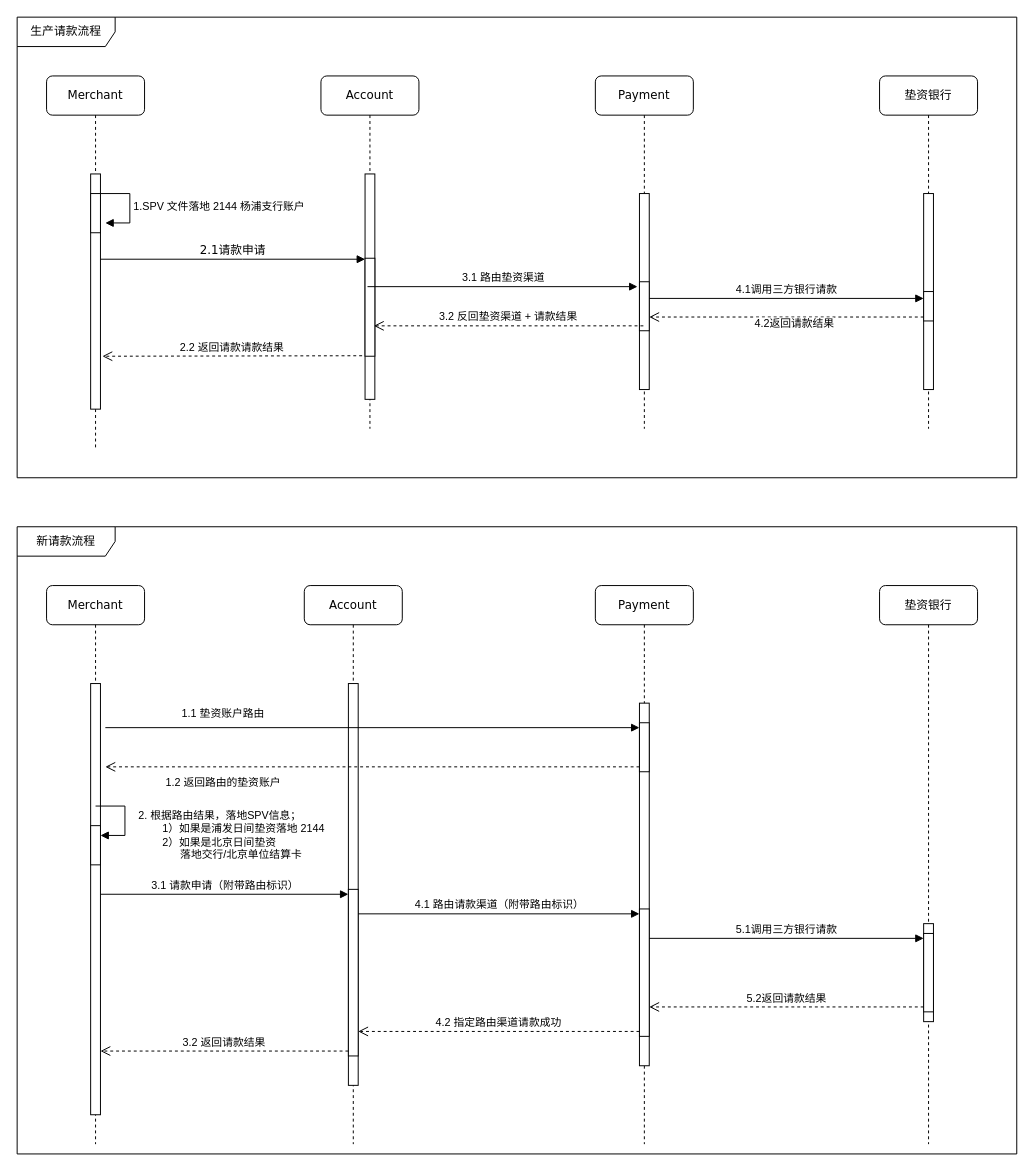
cuiqian-006/drawio keeps this draw.io diagram as 北京银行垫资调整.drawio. Above is the earlier version. Source tidied: cells renumbered, new cells numbered last; positions are measured from the earlier drawing's top-left corner, leaving out a move shared by most shapes. Both pictures are drawn from the tidied source at 98%, with x=0, y=0 at pixel (17, 17).
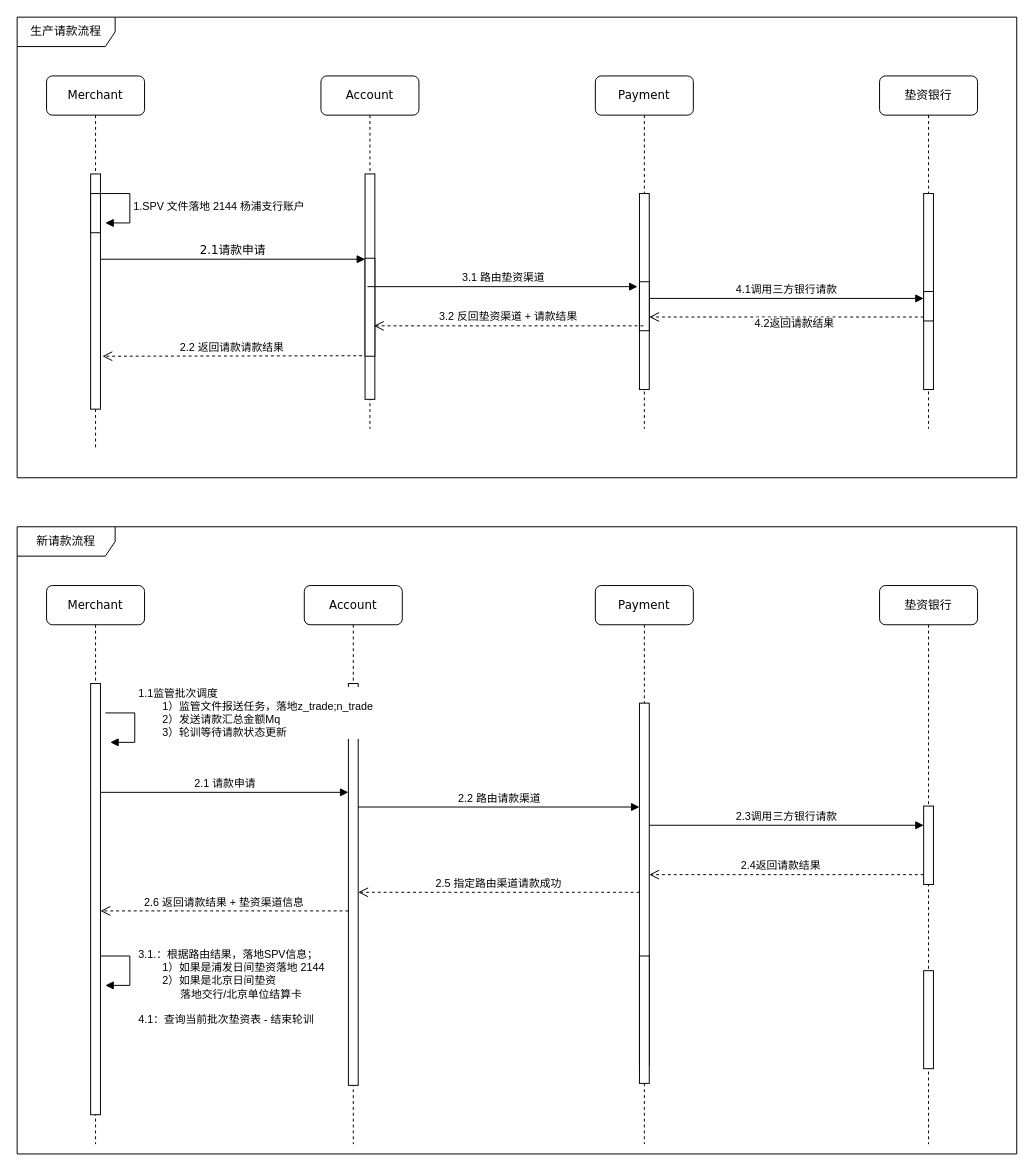
The same diagram, later.

Commit message:
更新北京银行垫资调整.drawio

The change refers to these unchanged cells:
```xml
<mxCell id="27" style="html=1;points=[];perimeter=orthogonalPerimeter;rounded=0;shadow=0;comic=0;labelBackgroundColor=none;strokeWidth=1;fontFamily=Verdana;fontSize=12;align=center;" parent="26" vertex="1">
  <mxGeometry x="45" y="100" width="10" height="440" as="geometry" />
</mxCell>
<mxCell id="28" value="垫资银行" style="shape=umlLifeline;perimeter=lifelinePerimeter;whiteSpace=wrap;html=1;rounded=1;shadow=0;comic=0;labelBackgroundColor=none;strokeWidth=1;fontFamily=Verdana;fontSize=12;align=center;" parent="1" vertex="1">
  <mxGeometry x="880" y="580" width="100" height="570" as="geometry" />
</mxCell>
```

Change to the diagram source:
```diff
@@
     <mxCell id="29" style="html=1;perimeter=orthogonalPerimeter;rounded=0;shadow=0;comic=0;labelBackgroundColor=none;strokeWidth=1;fontFamily=Verdana;fontSize=12;align=center;" parent="28" vertex="1">
-      <mxGeometry x="45" y="345" width="10" height="100" as="geometry" />
+      <mxGeometry x="45" y="393" width="10" height="100" as="geometry" />
     </mxCell>
@@
-    <mxCell id="31" style="html=1;points=[[0,0,0,0,5],[0,1,0,0,-5],[1,0,0,0,5],[1,1,0,0,-5]];perimeter=orthogonalPerimeter;outlineConnect=0;targetShapes=umlLifeline;portConstraint=eastwest;newEdgeStyle={&quot;curved&quot;:0,&quot;rounded&quot;:0};" parent="1" vertex="1">
-      <mxGeometry x="635" y="720" width="10" height="50" as="geometry" />
-    </mxCell>
-    <mxCell id="32" value="1.1 垫资账户路由" style="html=1;verticalAlign=bottom;endArrow=block;curved=0;rounded=0;entryX=0;entryY=0;entryDx=0;entryDy=5;" parent="1" edge="1" target="31">
-      <mxGeometry x="-0.56" y="5" relative="1" as="geometry">
-        <mxPoint x="90" y="725" as="sourcePoint" />
-      </mxGeometry>
-    </mxCell>
-    <mxCell id="33" value="1.2 返回路由的垫资账户" style="html=1;verticalAlign=bottom;endArrow=open;dashed=1;endSize=8;curved=0;rounded=0;exitX=0;exitY=1;exitDx=0;exitDy=-5;" parent="1" edge="1" source="31">
-      <mxGeometry x="0.56" y="25" relative="1" as="geometry">
-        <mxPoint x="90" y="765" as="targetPoint" />
-      </mxGeometry>
-    </mxCell>
-    <mxCell id="34" style="html=1;points=[[0,0,0,0,5],[0,1,0,0,-5],[1,0,0,0,5],[1,1,0,0,-5]];perimeter=orthogonalPerimeter;outlineConnect=0;targetShapes=umlLifeline;portConstraint=eastwest;newEdgeStyle={&quot;curved&quot;:0,&quot;rounded&quot;:0};" parent="1" vertex="1">
-      <mxGeometry x="75" y="825" width="10" height="40" as="geometry" />
-    </mxCell>
-    <mxCell id="35" value="2. 根据路由结果，落地SPV信息；&lt;br&gt;&lt;span style=&quot;white-space: pre;&quot;&gt;&#9;&lt;/span&gt;1）如果是浦发日间垫资落地 2144&lt;br&gt;&lt;span style=&quot;white-space: pre;&quot;&gt;&#9;&lt;/span&gt;2）如果是北京日间垫资&lt;br&gt;&lt;span style=&quot;white-space: pre;&quot;&gt;&#9;&lt;/span&gt;&amp;nbsp; &amp;nbsp; &amp;nbsp; 落地交行/北京单位结算卡" style="html=1;align=left;spacingLeft=2;endArrow=block;rounded=0;edgeStyle=orthogonalEdgeStyle;curved=0;rounded=0;" parent="1" edge="1" target="34">
-      <mxGeometry x="0.41" y="-10" relative="1" as="geometry">
-        <mxPoint x="80" y="805" as="sourcePoint" />
+    <mxCell id="35" value="3.1.：根据路由结果，落地SPV信息；&lt;br&gt;&lt;span style=&quot;white-space: pre;&quot;&gt;&#9;&lt;/span&gt;1）如果是浦发日间垫资落地 2144&lt;br&gt;&lt;span style=&quot;white-space: pre;&quot;&gt;&#9;&lt;/span&gt;2）如果是北京日间垫资&lt;br&gt;&lt;span style=&quot;white-space: pre;&quot;&gt;&#9;&lt;/span&gt;&amp;nbsp; &amp;nbsp; &amp;nbsp; 落地交行/北京单位结算卡&lt;br&gt;&lt;br&gt;4.1：查询当前批次垫资表 - 结束轮训" style="html=1;align=left;spacingLeft=2;endArrow=block;rounded=0;edgeStyle=orthogonalEdgeStyle;curved=0;rounded=0;" parent="1" edge="1">
+      <mxGeometry x="0.41" y="5" relative="1" as="geometry">
+        <mxPoint x="85" y="958" as="sourcePoint" />
+        <mxPoint x="90" y="988" as="targetPoint" />
         <Array as="points">
-          <mxPoint x="110" y="835" />
+          <mxPoint x="115" y="988" />
         </Array>
-        <mxPoint x="10" y="10" as="offset" />
+        <mxPoint x="5" y="-3" as="offset" />
       </mxGeometry>
     </mxCell>
-    <mxCell id="36" style="html=1;points=[[0,0,0,0,5],[0,1,0,0,-5],[1,0,0,0,5],[1,1,0,0,-5]];perimeter=orthogonalPerimeter;outlineConnect=0;targetShapes=umlLifeline;portConstraint=eastwest;newEdgeStyle={&quot;curved&quot;:0,&quot;rounded&quot;:0};" parent="1" vertex="1">
-      <mxGeometry x="338" y="890" width="10" height="170" as="geometry" />
-    </mxCell>
-    <mxCell id="37" value="3.1 请款申请（附带路由标识）" style="html=1;verticalAlign=bottom;endArrow=block;curved=0;rounded=0;entryX=0;entryY=0;entryDx=0;entryDy=5;" parent="1" edge="1" source="27" target="36">
-      <mxGeometry relative="1" as="geometry" />
+    <mxCell id="37" value="2.1 请款申请" style="html=1;verticalAlign=bottom;endArrow=block;curved=0;rounded=0;entryX=0;entryY=0;entryDx=0;entryDy=5;" parent="1" edge="1">
+      <mxGeometry relative="1" as="geometry">
+        <mxPoint x="85" y="791" as="sourcePoint" />
+        <mxPoint x="338" y="791" as="targetPoint" />
+      </mxGeometry>
     </mxCell>
-    <mxCell id="38" value="3.2 返回请款结果" style="html=1;verticalAlign=bottom;endArrow=open;dashed=1;endSize=8;curved=0;rounded=0;exitX=0;exitY=1;exitDx=0;exitDy=-5;" parent="1" edge="1" source="36" target="27">
-      <mxGeometry relative="1" as="geometry" />
+    <mxCell id="38" value="2.6 返回请款结果 + 垫资渠道信息" style="html=1;verticalAlign=bottom;endArrow=open;dashed=1;endSize=8;curved=0;rounded=0;exitX=0;exitY=1;exitDx=0;exitDy=-5;" parent="1" edge="1">
+      <mxGeometry relative="1" as="geometry">
+        <mxPoint x="338" y="912" as="sourcePoint" />
+        <mxPoint x="85" y="912" as="targetPoint" />
+      </mxGeometry>
     </mxCell>
     <mxCell id="39" style="html=1;points=[[0,0,0,0,5],[0,1,0,0,-5],[1,0,0,0,5],[1,1,0,0,-5]];perimeter=orthogonalPerimeter;outlineConnect=0;targetShapes=umlLifeline;portConstraint=eastwest;newEdgeStyle={&quot;curved&quot;:0,&quot;rounded&quot;:0};" parent="1" vertex="1">
-      <mxGeometry x="635" y="910" width="10" height="130" as="geometry" />
+      <mxGeometry x="635" y="958" width="10" height="130" as="geometry" />
     </mxCell>
-    <mxCell id="40" value="4.1 路由请款渠道（附带路由标识）" style="html=1;verticalAlign=bottom;endArrow=block;curved=0;rounded=0;entryX=0;entryY=0;entryDx=0;entryDy=5;" parent="1" edge="1" source="36" target="39">
-      <mxGeometry relative="1" as="geometry" />
+    <mxCell id="40" value="2.2 路由请款渠道" style="html=1;verticalAlign=bottom;endArrow=block;curved=0;rounded=0;entryX=0;entryY=0;entryDx=0;entryDy=5;" parent="1" edge="1">
+      <mxGeometry relative="1" as="geometry">
+        <mxPoint x="348" y="806" as="sourcePoint" />
+        <mxPoint x="635" y="806" as="targetPoint" />
+      </mxGeometry>
     </mxCell>
-    <mxCell id="41" value="4.2 指定路由渠道请款成功" style="html=1;verticalAlign=bottom;endArrow=open;dashed=1;endSize=8;curved=0;rounded=0;exitX=0;exitY=1;exitDx=0;exitDy=-5;" parent="1" edge="1" source="39" target="36">
-      <mxGeometry relative="1" as="geometry" />
+    <mxCell id="41" value="2.5 指定路由渠道请款成功" style="html=1;verticalAlign=bottom;endArrow=open;dashed=1;endSize=8;curved=0;rounded=0;exitX=0;exitY=1;exitDx=0;exitDy=-5;" parent="1" edge="1">
+      <mxGeometry relative="1" as="geometry">
+        <mxPoint x="635" y="893" as="sourcePoint" />
+        <mxPoint x="348" y="893" as="targetPoint" />
+      </mxGeometry>
     </mxCell>
     <mxCell id="42" style="html=1;points=[[0,0,0,0,5],[0,1,0,0,-5],[1,0,0,0,5],[1,1,0,0,-5]];perimeter=orthogonalPerimeter;outlineConnect=0;targetShapes=umlLifeline;portConstraint=eastwest;newEdgeStyle={&quot;curved&quot;:0,&quot;rounded&quot;:0};" parent="1" vertex="1">
-      <mxGeometry x="925" y="935" width="10" height="80" as="geometry" />
+      <mxGeometry x="925" y="805" width="10" height="80" as="geometry" />
     </mxCell>
-    <mxCell id="43" value="5.1调用三方银行请款" style="html=1;verticalAlign=bottom;endArrow=block;curved=0;rounded=0;entryX=0;entryY=0;entryDx=0;entryDy=5;" parent="1" edge="1" source="39" target="42">
-      <mxGeometry relative="1" as="geometry" />
+    <mxCell id="43" value="2.3调用三方银行请款" style="html=1;verticalAlign=bottom;endArrow=block;curved=0;rounded=0;entryX=0;entryY=0;entryDx=0;entryDy=5;" parent="1" edge="1">
+      <mxGeometry relative="1" as="geometry">
+        <mxPoint x="645" y="824.6" as="sourcePoint" />
+        <mxPoint x="925" y="824.6" as="targetPoint" />
+      </mxGeometry>
     </mxCell>
-    <mxCell id="44" value="5.2返回请款结果" style="html=1;verticalAlign=bottom;endArrow=open;dashed=1;endSize=8;curved=0;rounded=0;exitX=0;exitY=1;exitDx=0;exitDy=-5;" parent="1" edge="1" source="42" target="39">
-      <mxGeometry relative="1" as="geometry" />
+    <mxCell id="44" value="2.4返回请款结果" style="html=1;verticalAlign=bottom;endArrow=open;dashed=1;endSize=8;curved=0;rounded=0;" parent="1" edge="1">
+      <mxGeometry x="0.04" relative="1" as="geometry">
+        <mxPoint x="925" y="875" as="sourcePoint" />
+        <mxPoint x="645" y="875" as="targetPoint" />
+        <Array as="points">
+          <mxPoint x="700" y="875" />
+        </Array>
+      </mxGeometry>
     </mxCell>
+    <mxCell id="45" value="1.1监管批次调度&lt;br&gt;&lt;span style=&quot;white-space: pre;&quot;&gt;&#9;&lt;/span&gt;1）监管文件报送任务，落地z_trade;n_trade&lt;br&gt;&lt;span style=&quot;white-space: pre;&quot;&gt;&#9;&lt;/span&gt;2）发送请款汇总金额Mq&lt;br&gt;&lt;span style=&quot;white-space: pre;&quot;&gt;&#9;&lt;/span&gt;3）轮训等待请款状态更新" style="html=1;align=left;spacingLeft=2;endArrow=block;rounded=0;edgeStyle=orthogonalEdgeStyle;curved=0;rounded=0;fillColor=none;" parent="1" edge="1">
+      <mxGeometry x="-0.29" relative="1" as="geometry">
+        <mxPoint x="90" y="710" as="sourcePoint" />
+        <mxPoint x="95" y="740" as="targetPoint" />
+        <Array as="points">
+          <mxPoint x="120" y="740" />
+        </Array>
+      </mxGeometry>
+    </mxCell>
```
